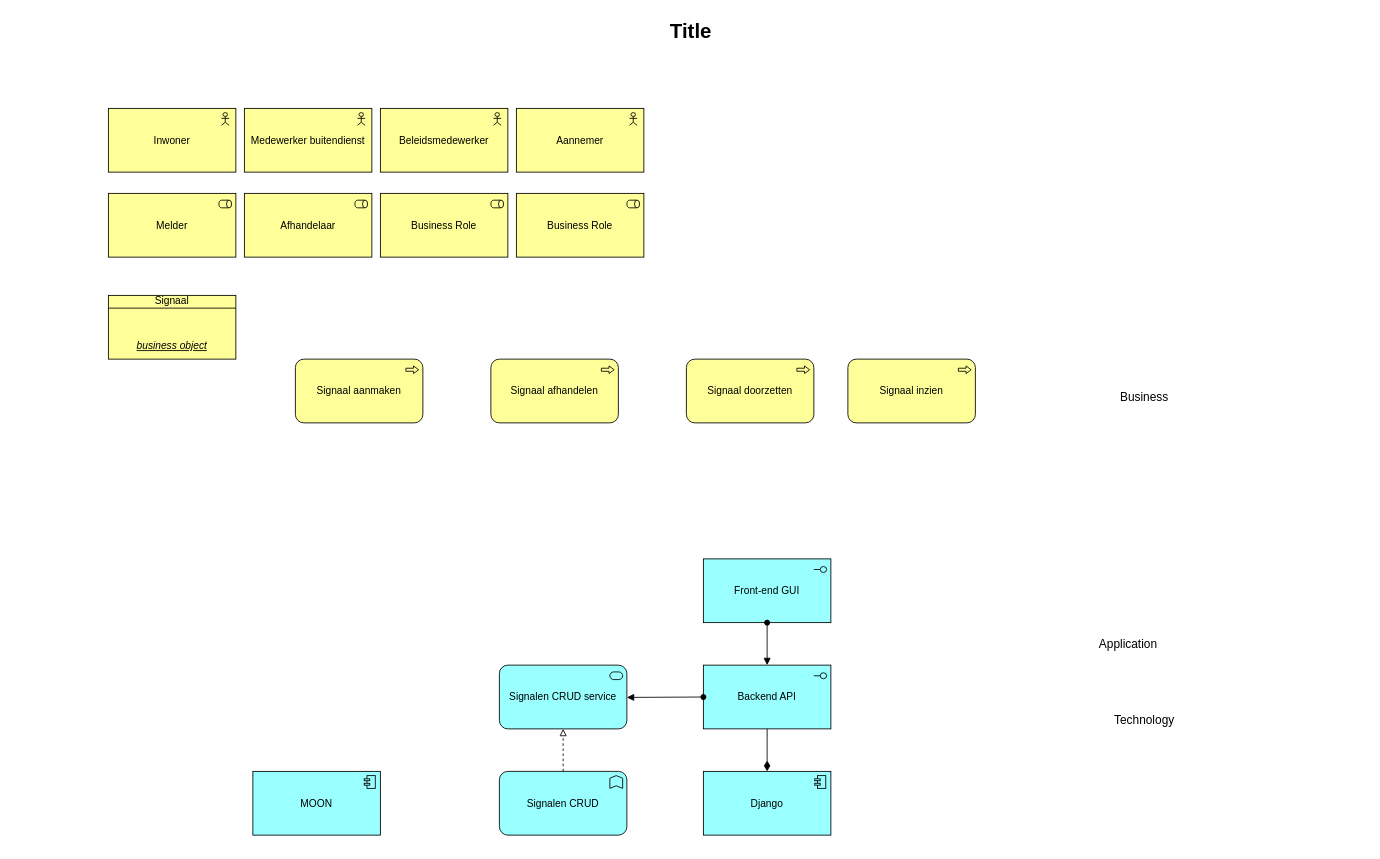
vanmeule/drawio keeps this draw.io diagram as Untitled Diagram.drawio. Above is the earlier version. Source tidied: cells renumbered, new cells numbered last; positions are measured from the earlier drawing's top-left corner, leaving out a move shared by most shapes. Both pictures are drawn from the tidied source at 85%, with x=0, y=0 at pixel (14, 14).
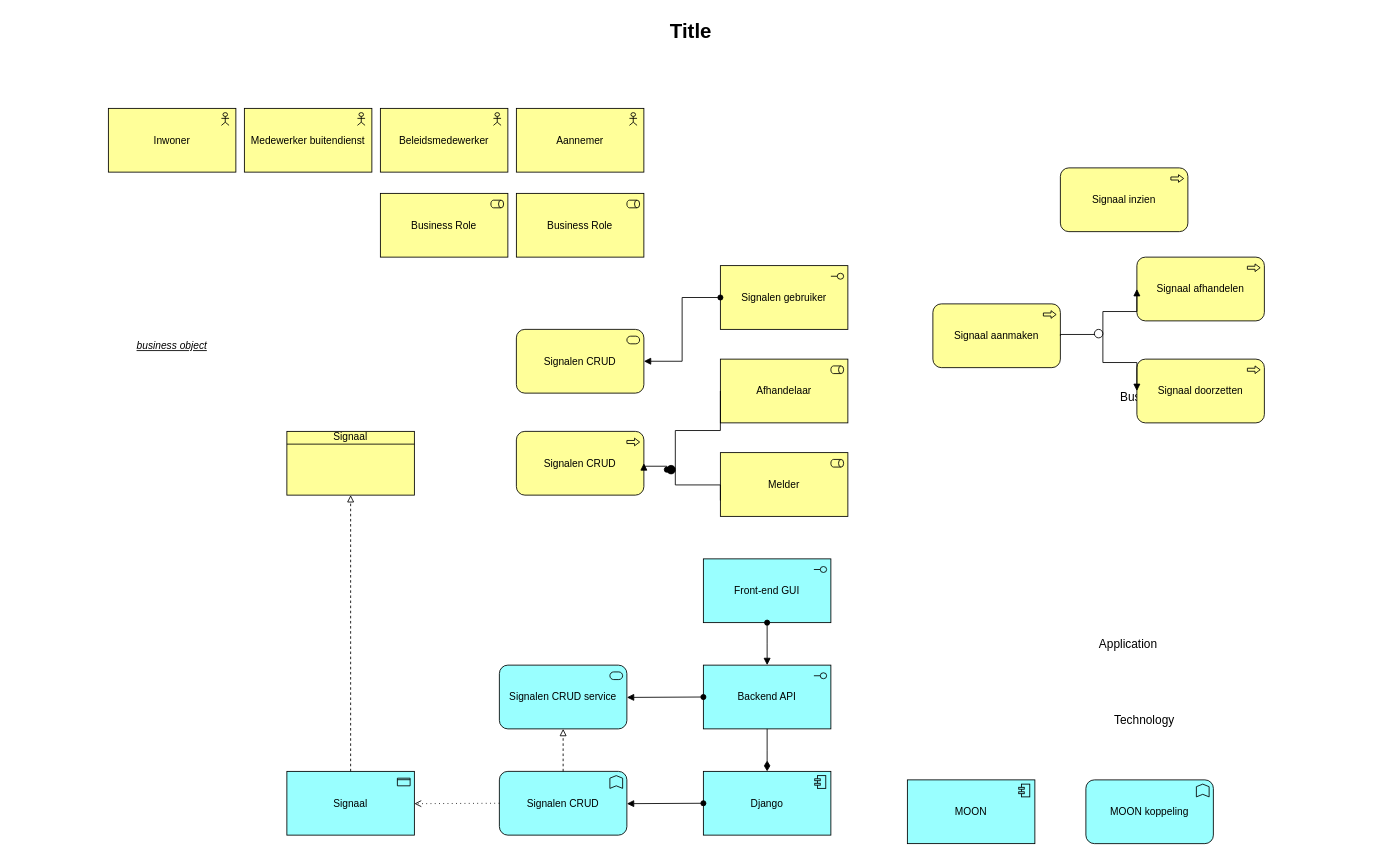
After the change.

Unchanged cells that the change refers to:
```xml
<mxCell id="18" value="Signalen CRUD" style="html=1;outlineConnect=0;whiteSpace=wrap;fillColor=#99ffff;shape=mxgraph.archimate3.application;appType=func;archiType=rounded;" parent="1" vertex="1">
  <mxGeometry x="570" y="890" width="150" height="75" as="geometry" />
</mxCell>
<mxCell id="29" value="Django" style="html=1;outlineConnect=0;whiteSpace=wrap;fillColor=#99ffff;shape=mxgraph.archimate3.application;appType=comp;archiType=square;" parent="1" vertex="1">
  <mxGeometry x="810" y="890" width="150" height="75" as="geometry" />
</mxCell>
```

The edit, as a diff of the source:
```diff
@@
     <mxCell id="6" value="Melder" style="html=1;outlineConnect=0;whiteSpace=wrap;fillColor=#ffff99;shape=mxgraph.archimate3.application;appType=role;archiType=square;" parent="1" vertex="1">
-      <mxGeometry x="110" y="210" width="150" height="75" as="geometry" />
+      <mxGeometry x="830" y="515" width="150" height="75" as="geometry" />
     </mxCell>
     <mxCell id="7" value="Afhandelaar" style="html=1;outlineConnect=0;whiteSpace=wrap;fillColor=#ffff99;shape=mxgraph.archimate3.application;appType=role;archiType=square;" parent="1" vertex="1">
-      <mxGeometry x="270" y="210" width="150" height="75" as="geometry" />
+      <mxGeometry x="830" y="405" width="150" height="75" as="geometry" />
     </mxCell>
@@
     <mxCell id="14" value="Signaal" style="html=1;outlineConnect=0;whiteSpace=wrap;fillColor=#ffff99;shape=mxgraph.archimate3.businessObject;overflow=fill;" parent="1" vertex="1">
-      <mxGeometry x="110" y="330" width="150" height="75" as="geometry" />
+      <mxGeometry x="320" y="490" width="150" height="75" as="geometry" />
     </mxCell>
@@
     <mxCell id="24" value="Signaal aanmaken" style="html=1;outlineConnect=0;whiteSpace=wrap;fillColor=#ffff99;shape=mxgraph.archimate3.application;appType=proc;archiType=rounded;" parent="1" vertex="1">
-      <mxGeometry x="330" y="405" width="150" height="75" as="geometry" />
+      <mxGeometry x="1080" y="340" width="150" height="75" as="geometry" />
     </mxCell>
     <mxCell id="25" value="Signaal afhandelen" style="html=1;outlineConnect=0;whiteSpace=wrap;fillColor=#ffff99;shape=mxgraph.archimate3.application;appType=proc;archiType=rounded;" parent="1" vertex="1">
-      <mxGeometry x="560" y="405" width="150" height="75" as="geometry" />
+      <mxGeometry x="1320" y="285" width="150" height="75" as="geometry" />
     </mxCell>
     <mxCell id="26" value="Signaal doorzetten" style="html=1;outlineConnect=0;whiteSpace=wrap;fillColor=#ffff99;shape=mxgraph.archimate3.application;appType=proc;archiType=rounded;" parent="1" vertex="1">
-      <mxGeometry x="790" y="405" width="150" height="75" as="geometry" />
+      <mxGeometry x="1320" y="405" width="150" height="75" as="geometry" />
     </mxCell>
     <mxCell id="27" value="Signaal inzien" style="html=1;whiteSpace=wrap;fillColor=#ffff99;shape=mxgraph.archimate3.application;appType=proc;archiType=rounded;" parent="1" vertex="1">
-      <mxGeometry x="980" y="405" width="150" height="75" as="geometry" />
+      <mxGeometry x="1230" y="180" width="150" height="75" as="geometry" />
     </mxCell>
     <mxCell id="28" value="MOON" style="html=1;whiteSpace=wrap;fillColor=#99ffff;shape=mxgraph.archimate3.application;appType=comp;archiType=square;" parent="1" vertex="1">
-      <mxGeometry x="280" y="890" width="150" height="75" as="geometry" />
+      <mxGeometry x="1050" y="900" width="150" height="75" as="geometry" />
     </mxCell>
@@
+    <mxCell id="30" style="ellipse;html=1;verticalLabelPosition=bottom;labelBackgroundColor=#ffffff;verticalAlign=top;fillColor=#ffffff;" parent="1" vertex="1">
+      <mxGeometry x="1270" y="370" width="10" height="10" as="geometry" />
+    </mxCell>
+    <mxCell id="31" style="edgeStyle=elbowEdgeStyle;html=1;endArrow=none;elbow=vertical;rounded=0;exitX=1;exitY=0.5;exitDx=0;exitDy=0;exitPerimeter=0;entryX=0;entryY=0.5;entryDx=0;entryDy=0;" parent="1" edge="1" source="24" target="30">
+      <mxGeometry relative="1" as="geometry" />
+    </mxCell>
+    <mxCell id="32" style="edgeStyle=elbowEdgeStyle;html=1;endArrow=block;dashed=0;elbow=vertical;endFill=1;rounded=0;exitX=1;exitY=0.5;exitDx=0;exitDy=0;entryX=0;entryY=0.5;entryDx=0;entryDy=0;entryPerimeter=0;" parent="1" edge="1" source="30" target="25">
+      <mxGeometry relative="1" as="geometry" />
+    </mxCell>
+    <mxCell id="33" style="edgeStyle=elbowEdgeStyle;html=1;endArrow=block;dashed=0;elbow=vertical;endFill=1;rounded=0;entryX=0;entryY=0.5;entryDx=0;entryDy=0;entryPerimeter=0;" parent="1" edge="1" target="26">
+      <mxGeometry relative="1" as="geometry">
+        <mxPoint x="1280" y="375" as="sourcePoint" />
+      </mxGeometry>
+    </mxCell>
+    <mxCell id="34" style="endArrow=block;html=1;endFill=1;startArrow=oval;startFill=1;edgeStyle=elbowEdgeStyle;elbow=vertical;rounded=0;exitX=0;exitY=0.5;exitDx=0;exitDy=0;exitPerimeter=0;entryX=1;entryY=0.5;entryDx=0;entryDy=0;entryPerimeter=0;" parent="1" edge="1" source="29" target="18">
+      <mxGeometry relative="1" as="geometry" />
+    </mxCell>
+    <mxCell id="35" value="MOON koppeling" style="html=1;whiteSpace=wrap;fillColor=#99ffff;shape=mxgraph.archimate3.application;appType=func;archiType=rounded;" parent="1" vertex="1">
+      <mxGeometry x="1260" y="900" width="150" height="75" as="geometry" />
+    </mxCell>
+    <mxCell id="36" value="Signaal" style="html=1;outlineConnect=0;whiteSpace=wrap;fillColor=#99ffff;shape=mxgraph.archimate3.application;appType=passive;archiType=square;" parent="1" vertex="1">
+      <mxGeometry x="320" y="890" width="150" height="75" as="geometry" />
+    </mxCell>
+    <mxCell id="37" style="edgeStyle=elbowEdgeStyle;html=1;endArrow=open;elbow=vertical;endFill=0;dashed=1;dashPattern=1 4;rounded=0;exitX=0;exitY=0.5;exitDx=0;exitDy=0;exitPerimeter=0;entryX=1;entryY=0.5;entryDx=0;entryDy=0;entryPerimeter=0;" parent="1" edge="1" source="18" target="36">
+      <mxGeometry relative="1" as="geometry" />
+    </mxCell>
+    <mxCell id="38" style="edgeStyle=elbowEdgeStyle;html=1;endArrow=block;elbow=vertical;endFill=0;dashed=1;rounded=0;exitX=0.5;exitY=0;exitDx=0;exitDy=0;exitPerimeter=0;entryX=0.5;entryY=1;entryDx=0;entryDy=0;entryPerimeter=0;" parent="1" edge="1" source="36" target="14">
+      <mxGeometry relative="1" as="geometry" />
+    </mxCell>
+    <mxCell id="39" value="Signalen CRUD" style="html=1;outlineConnect=0;whiteSpace=wrap;fillColor=#ffff99;shape=mxgraph.archimate3.application;appType=serv;archiType=rounded;" parent="1" vertex="1">
+      <mxGeometry x="590" y="370" width="150" height="75" as="geometry" />
+    </mxCell>
+    <mxCell id="40" value="Signalen CRUD" style="html=1;outlineConnect=0;whiteSpace=wrap;fillColor=#ffff99;shape=mxgraph.archimate3.application;appType=proc;archiType=rounded;" parent="1" vertex="1">
+      <mxGeometry x="590" y="490" width="150" height="75" as="geometry" />
+    </mxCell>
+    <mxCell id="41" style="ellipse;html=1;verticalLabelPosition=bottom;labelBackgroundColor=#ffffff;verticalAlign=top;fillColor=strokeColor;" parent="1" vertex="1">
+      <mxGeometry x="767" y="530" width="10" height="10" as="geometry" />
+    </mxCell>
+    <mxCell id="42" style="edgeStyle=elbowEdgeStyle;html=1;endArrow=none;elbow=vertical;rounded=0;exitX=1;exitY=0.5;exitDx=0;exitDy=0;entryX=0;entryY=0.75;entryDx=0;entryDy=0;entryPerimeter=0;" parent="1" edge="1" source="41" target="6">
+      <mxGeometry relative="1" as="geometry" />
+    </mxCell>
+    <mxCell id="43" style="edgeStyle=elbowEdgeStyle;html=1;endArrow=none;elbow=vertical;rounded=0;exitX=1;exitY=0.5;exitDx=0;exitDy=0;entryX=0;entryY=0.5;entryDx=0;entryDy=0;entryPerimeter=0;" parent="1" edge="1" source="41" target="7">
+      <mxGeometry relative="1" as="geometry" />
+    </mxCell>
+    <mxCell id="44" style="endArrow=block;html=1;endFill=1;startArrow=oval;startFill=1;edgeStyle=elbowEdgeStyle;elbow=vertical;rounded=0;exitX=0;exitY=0.5;exitDx=0;exitDy=0;entryX=1;entryY=0.5;entryDx=0;entryDy=0;entryPerimeter=0;" parent="1" edge="1" source="41" target="40">
+      <mxGeometry relative="1" as="geometry" />
+    </mxCell>
+    <mxCell id="45" value="Signalen gebruiker" style="html=1;outlineConnect=0;whiteSpace=wrap;fillColor=#ffff99;shape=mxgraph.archimate3.application;appType=interface;archiType=square;" parent="1" vertex="1">
+      <mxGeometry x="830" y="295" width="150" height="75" as="geometry" />
+    </mxCell>
+    <mxCell id="46" style="endArrow=block;html=1;endFill=1;startArrow=oval;startFill=1;edgeStyle=elbowEdgeStyle;elbow=vertical;rounded=0;entryX=1;entryY=0.5;entryDx=0;entryDy=0;entryPerimeter=0;exitX=0;exitY=0.5;exitDx=0;exitDy=0;exitPerimeter=0;" parent="1" edge="1" source="45" target="39">
+      <mxGeometry relative="1" as="geometry" />
+    </mxCell>
```
